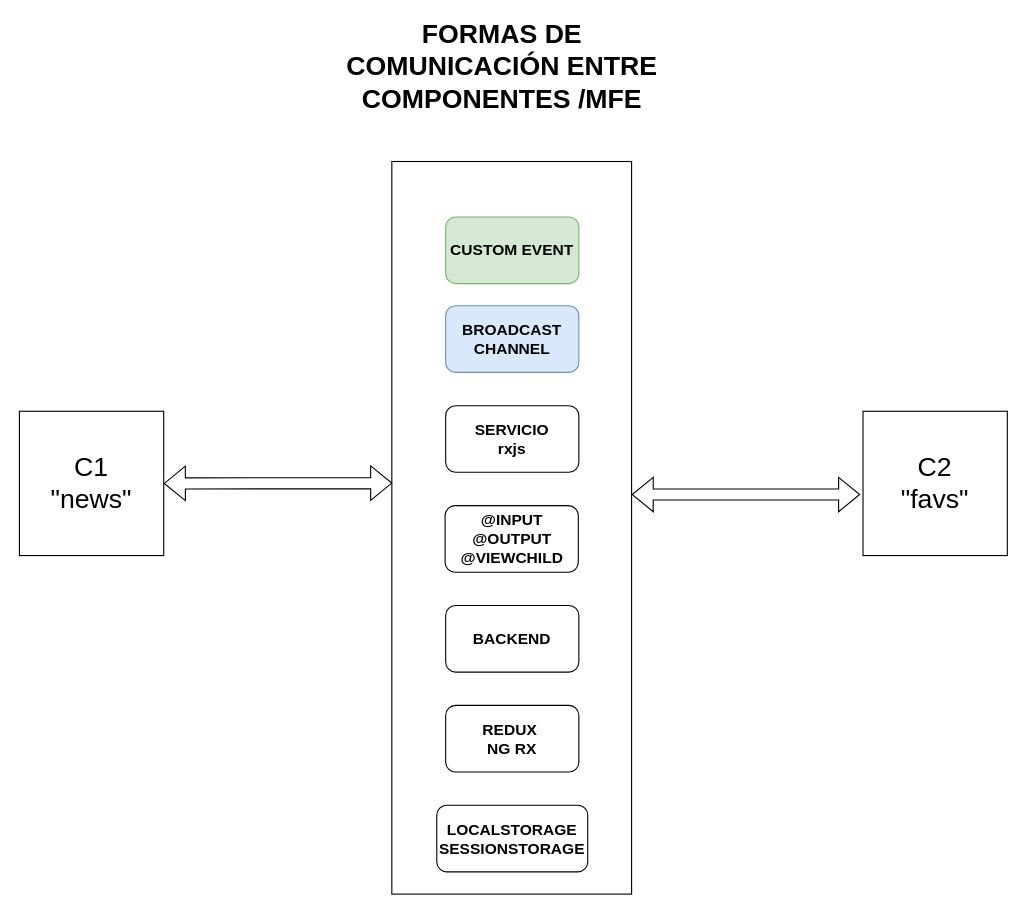
Before: teoria/VIAMS COM MFE.drawio in Valexx55/pruebad, a draw.io diagram. Source tidied: cells renumbered, new cells numbered last; positions are measured from the earlier drawing's top-left corner, leaving out a move shared by most shapes. Both pictures are drawn from the tidied source at 111%, with x=0, y=0 at pixel (19, 50).
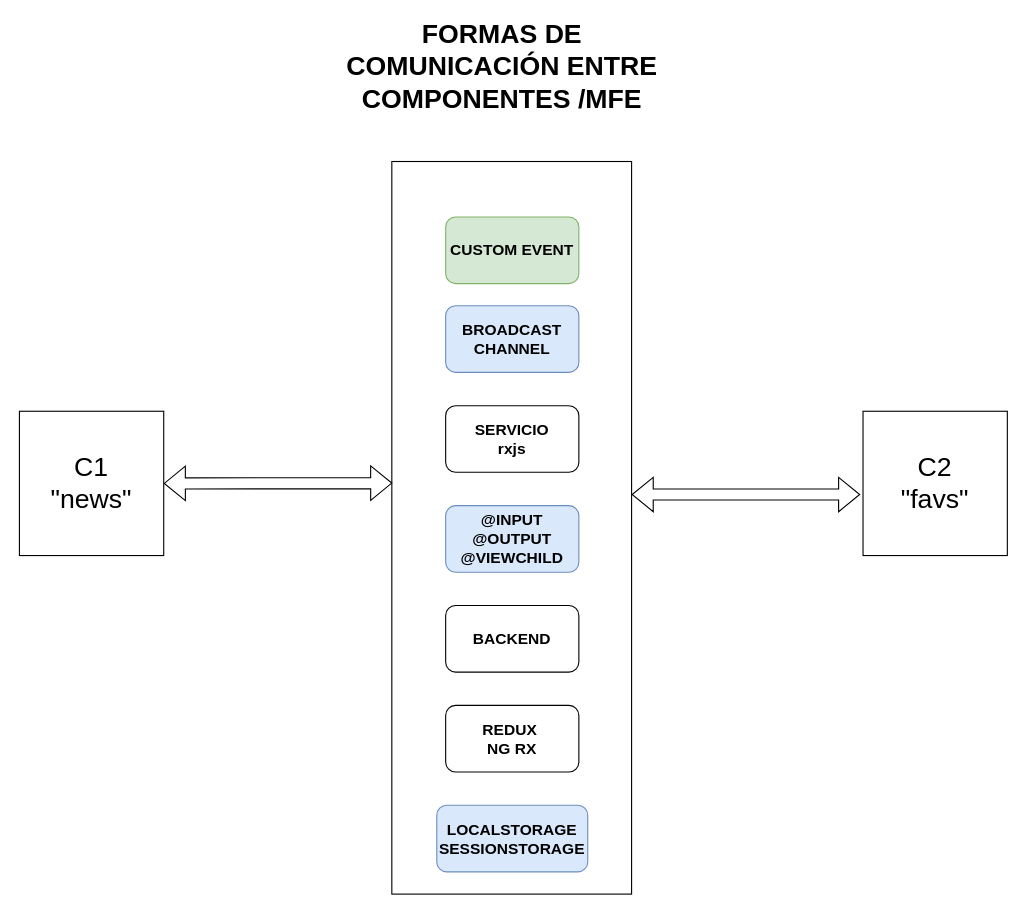
The same page after the edit.

The edit, as a diff of the source:
```diff
@@
 <mxGraphModel>
   <root>
     <mxCell id="0" />
     <mxCell id="1" parent="0" />
     <mxCell id="2" style="rounded=0;whiteSpace=wrap;html=1;" parent="1" vertex="1">
       <mxGeometry x="335.5" y="100" width="216" height="660" as="geometry" />
     </mxCell>
     <mxCell id="3" value="&lt;font style=&quot;font-size: 24px;&quot;&gt;C2&lt;/font&gt;&lt;div&gt;&lt;font style=&quot;font-size: 24px;&quot;&gt;&quot;favs&quot;&lt;/font&gt;&lt;/div&gt;" style="whiteSpace=wrap;html=1;" parent="1" vertex="1">
       <mxGeometry x="760" y="325" width="130" height="130" as="geometry" />
     </mxCell>
     <mxCell id="4" value="&lt;font style=&quot;font-size: 14px;&quot;&gt;&lt;b&gt;CUSTOM EVENT&lt;/b&gt;&lt;/font&gt;" style="rounded=1;whiteSpace=wrap;html=1;fillColor=#d5e8d4;strokeColor=#82b366;" parent="1" vertex="1">
       <mxGeometry x="384" y="150" width="120" height="60" as="geometry" />
     </mxCell>
     <mxCell id="5" value="&lt;font style=&quot;font-size: 14px;&quot;&gt;&lt;b&gt;BROADCAST&lt;/b&gt;&lt;/font&gt;&lt;div&gt;&lt;font style=&quot;font-size: 14px;&quot;&gt;&lt;b&gt;CHANNEL&lt;/b&gt;&lt;/font&gt;&lt;/div&gt;" style="rounded=1;whiteSpace=wrap;html=1;fillColor=#dae8fc;strokeColor=#6c8ebf;" parent="1" vertex="1">
       <mxGeometry x="384" y="230" width="120" height="60" as="geometry" />
     </mxCell>
     <mxCell id="6" value="&lt;span style=&quot;font-size: 14px;&quot;&gt;&lt;b&gt;SERVICIO&lt;/b&gt;&lt;/span&gt;&lt;div&gt;&lt;span style=&quot;font-size: 14px;&quot;&gt;&lt;b&gt;rxjs&lt;/b&gt;&lt;/span&gt;&lt;/div&gt;" style="rounded=1;whiteSpace=wrap;html=1;" parent="1" vertex="1">
       <mxGeometry x="384" y="320" width="120" height="60" as="geometry" />
     </mxCell>
-    <mxCell id="7" value="&lt;span style=&quot;font-size: 14px;&quot;&gt;&lt;b&gt;@INPUT&lt;/b&gt;&lt;/span&gt;&lt;div&gt;&lt;span style=&quot;font-size: 14px;&quot;&gt;&lt;b&gt;@OUTPUT&lt;/b&gt;&lt;/span&gt;&lt;/div&gt;&lt;div&gt;&lt;span style=&quot;font-size: 14px;&quot;&gt;&lt;b&gt;@VIEWCHILD&lt;/b&gt;&lt;/span&gt;&lt;/div&gt;" style="rounded=1;whiteSpace=wrap;html=1;" parent="1" vertex="1">
-      <mxGeometry x="383.5" y="410" width="120" height="60" as="geometry" />
+    <mxCell id="7" value="&lt;span style=&quot;font-size: 14px;&quot;&gt;&lt;b&gt;@INPUT&lt;/b&gt;&lt;/span&gt;&lt;div&gt;&lt;span style=&quot;font-size: 14px;&quot;&gt;&lt;b&gt;@OUTPUT&lt;/b&gt;&lt;/span&gt;&lt;/div&gt;&lt;div&gt;&lt;span style=&quot;font-size: 14px;&quot;&gt;&lt;b&gt;@VIEWCHILD&lt;/b&gt;&lt;/span&gt;&lt;/div&gt;" style="rounded=1;whiteSpace=wrap;html=1;fillColor=#dae8fc;strokeColor=#6c8ebf;" parent="1" vertex="1">
+      <mxGeometry x="384" y="410" width="120" height="60" as="geometry" />
     </mxCell>
     <mxCell id="8" value="&lt;font style=&quot;font-size: 24px;&quot;&gt;&lt;b style=&quot;&quot;&gt;FORMAS DE COMUNICACIÓN ENTRE COMPONENTES /MFE&lt;/b&gt;&lt;/font&gt;" style="text;html=1;whiteSpace=wrap;strokeColor=none;fillColor=none;align=center;verticalAlign=middle;rounded=0;" parent="1" vertex="1">
       <mxGeometry x="280" width="310" height="30" as="geometry" />
     </mxCell>
     <mxCell id="9" value="&lt;span style=&quot;font-size: 14px;&quot;&gt;&lt;b&gt;BACKEND&lt;/b&gt;&lt;/span&gt;" style="rounded=1;whiteSpace=wrap;html=1;" parent="1" vertex="1">
       <mxGeometry x="384" y="500" width="120" height="60" as="geometry" />
     </mxCell>
     <mxCell id="10" value="&lt;span style=&quot;font-size: 14px;&quot;&gt;&lt;b&gt;REDUX&amp;nbsp;&lt;/b&gt;&lt;/span&gt;&lt;div&gt;&lt;span style=&quot;font-size: 14px;&quot;&gt;&lt;b&gt;NG RX&lt;/b&gt;&lt;/span&gt;&lt;/div&gt;" style="rounded=1;whiteSpace=wrap;html=1;" parent="1" vertex="1">
       <mxGeometry x="384" y="590" width="120" height="60" as="geometry" />
     </mxCell>
-    <mxCell id="11" value="&lt;span style=&quot;font-size: 14px;&quot;&gt;&lt;b&gt;LOCALSTORAGE&lt;/b&gt;&lt;/span&gt;&lt;div&gt;&lt;b style=&quot;font-size: 14px;&quot;&gt;SESSIONSTORAGE&lt;/b&gt;&lt;span style=&quot;font-size: 14px;&quot;&gt;&lt;b&gt;&lt;/b&gt;&lt;/span&gt;&lt;/div&gt;" style="rounded=1;whiteSpace=wrap;html=1;" parent="1" vertex="1">
+    <mxCell id="11" value="&lt;span style=&quot;font-size: 14px;&quot;&gt;&lt;b&gt;LOCALSTORAGE&lt;/b&gt;&lt;/span&gt;&lt;div&gt;&lt;b style=&quot;font-size: 14px;&quot;&gt;SESSIONSTORAGE&lt;/b&gt;&lt;span style=&quot;font-size: 14px;&quot;&gt;&lt;b&gt;&lt;/b&gt;&lt;/span&gt;&lt;/div&gt;" style="rounded=1;whiteSpace=wrap;html=1;fillColor=#dae8fc;strokeColor=#6c8ebf;" parent="1" vertex="1">
       <mxGeometry x="376" y="680" width="136" height="60" as="geometry" />
     </mxCell>
     <mxCell id="12" value="&lt;font style=&quot;font-size: 24px;&quot;&gt;C1&lt;/font&gt;&lt;div&gt;&lt;font style=&quot;font-size: 24px;&quot;&gt;&quot;news&quot;&lt;/font&gt;&lt;/div&gt;" style="whiteSpace=wrap;html=1;" parent="1" vertex="1">
       <mxGeometry y="325" width="130" height="130" as="geometry" />
     </mxCell>
     <mxCell id="13" style="shape=flexArrow;endArrow=classic;startArrow=classic;html=1;rounded=0;exitX=1;exitY=0.5;exitDx=0;exitDy=0;entryX=0.002;entryY=0.439;entryDx=0;entryDy=0;entryPerimeter=0;" parent="1" edge="1" source="12" target="2">
       <mxGeometry relative="1" as="geometry" />
     </mxCell>
     <mxCell id="14" style="shape=flexArrow;endArrow=classic;startArrow=classic;html=1;rounded=0;exitX=1;exitY=0.5;exitDx=0;exitDy=0;entryX=0.002;entryY=0.439;entryDx=0;entryDy=0;entryPerimeter=0;" parent="1" edge="1">
       <mxGeometry relative="1" as="geometry">
         <mxPoint x="551.5" y="400" as="sourcePoint" />
         <mxPoint x="757.5" y="400" as="targetPoint" />
       </mxGeometry>
     </mxCell>
   </root>
 </mxGraphModel>
```
